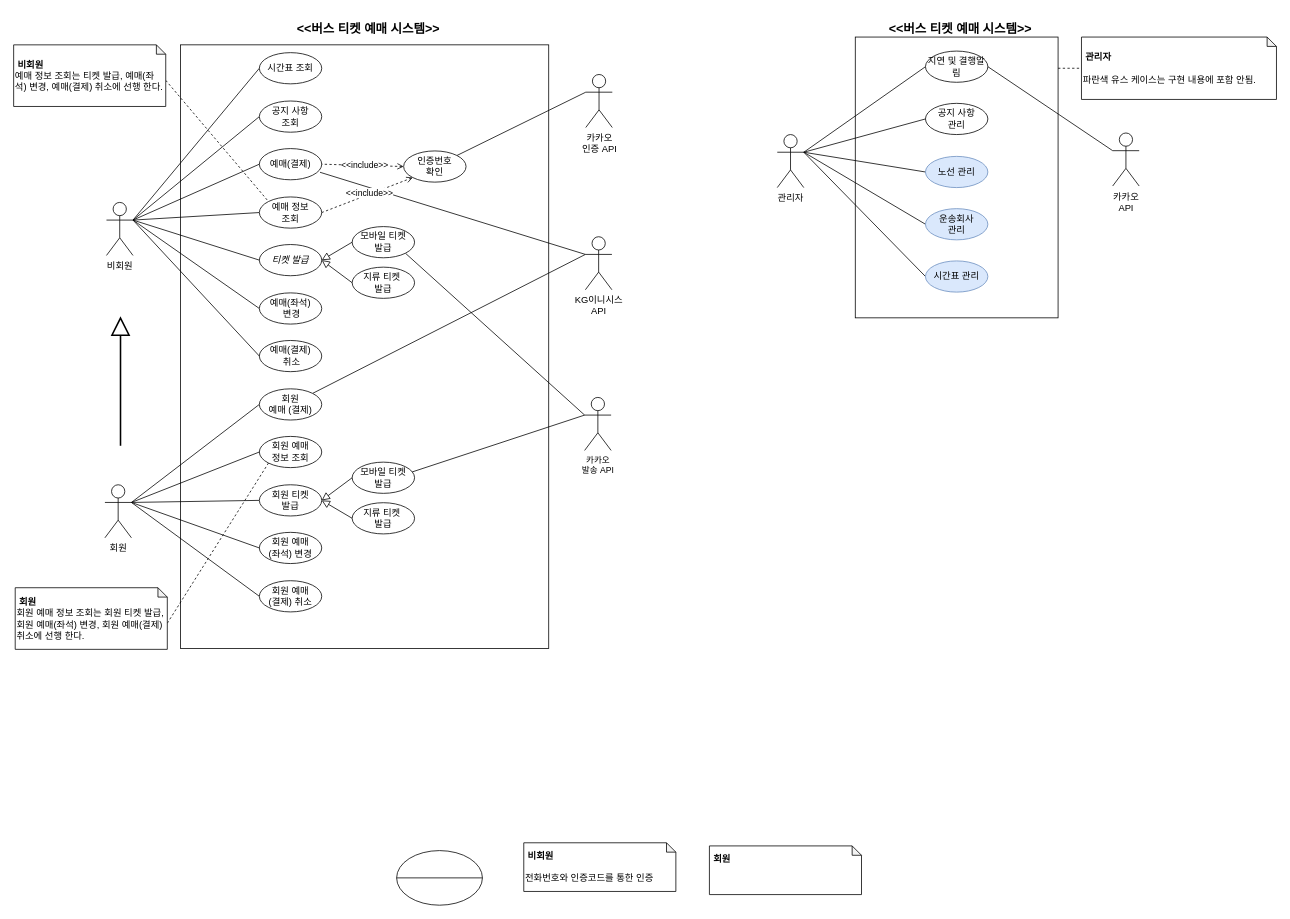
This is UseCase.drawio from SHIN-HANBEEN/MetanetFinal, a draw.io file, before an edit. Source tidied: cells renumbered, new cells numbered last; positions are measured from the earlier drawing's top-left corner, leaving out a move shared by most shapes. Both pictures are drawn from the tidied source at 78%, with x=0, y=0 at pixel (13, 13).
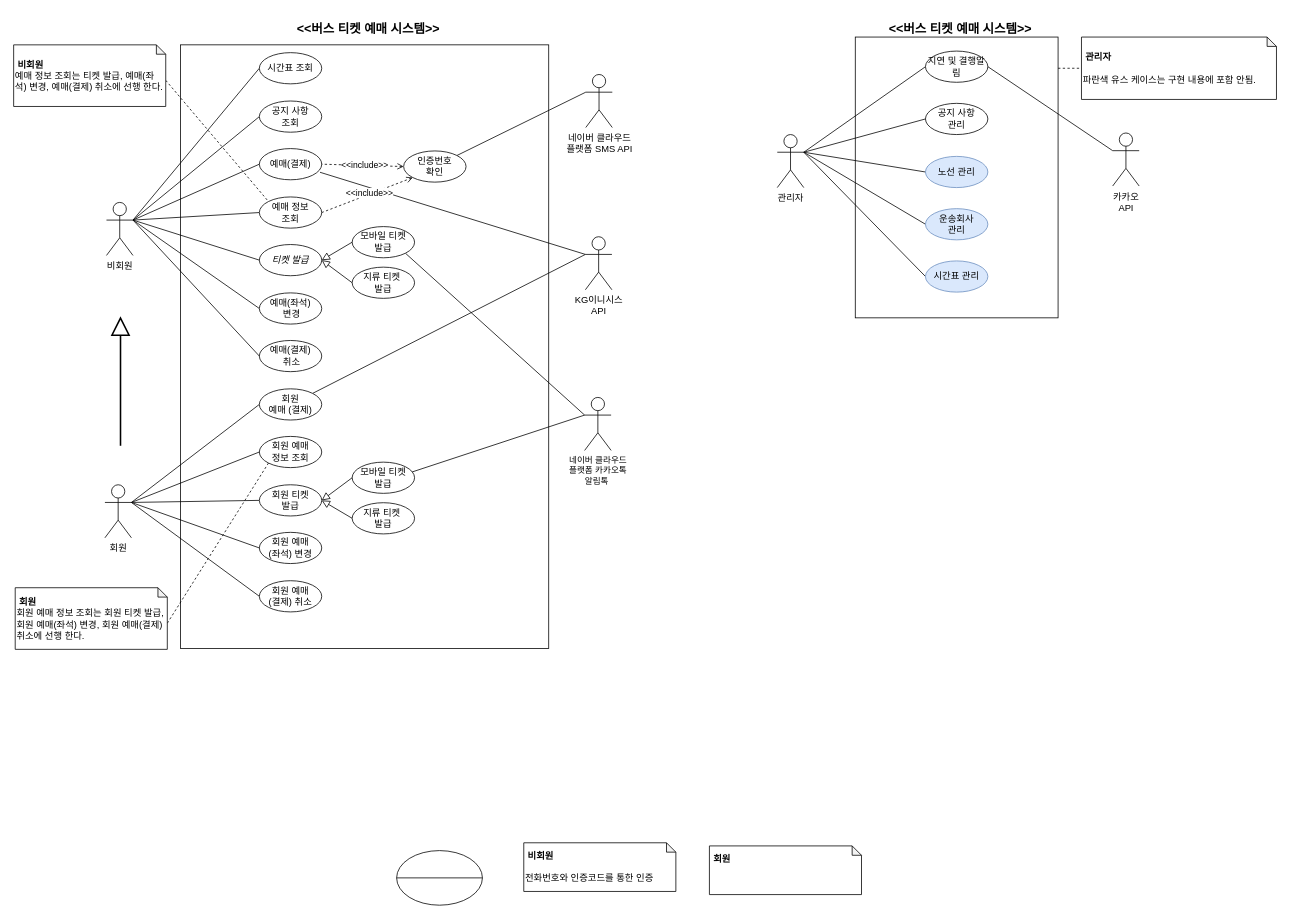
Above is the later version.

Diff of the diagram source:
```diff
@@
-    <mxCell id="47" value="&lt;span style=&quot;&quot;&gt;카카오&lt;br&gt;인증 API&lt;br&gt;&lt;/span&gt;" style="shape=umlActor;verticalLabelPosition=bottom;verticalAlign=top;html=1;outlineConnect=0;" parent="1" vertex="1">
+    <mxCell id="47" value="&lt;span style=&quot;&quot;&gt;네이버 클라우드&lt;br&gt;플랫폼 SMS API&lt;br&gt;&lt;/span&gt;" style="shape=umlActor;verticalLabelPosition=bottom;verticalAlign=top;html=1;outlineConnect=0;" parent="1" vertex="1">
       <mxGeometry x="733.5" y="78" width="34" height="68" as="geometry" />
     </mxCell>
@@
-    <mxCell id="60" value="&lt;span style=&quot;font-size: 11px;&quot;&gt;카카오&lt;br style=&quot;font-size: 11px;&quot;&gt;발송 API&lt;br style=&quot;font-size: 11px;&quot;&gt;&lt;/span&gt;" style="shape=umlActor;verticalLabelPosition=bottom;verticalAlign=top;html=1;outlineConnect=0;fontSize=11;" parent="1" vertex="1">
+    <mxCell id="60" value="&lt;span style=&quot;font-size: 11px;&quot;&gt;네이버 클라우드&lt;br&gt;플랫폼 카카오톡&lt;br&gt;알림톡&amp;nbsp;&lt;br style=&quot;font-size: 11px;&quot;&gt;&lt;/span&gt;" style="shape=umlActor;verticalLabelPosition=bottom;verticalAlign=top;html=1;outlineConnect=0;fontSize=11;" parent="1" vertex="1">
       <mxGeometry x="732" y="492" width="34" height="68" as="geometry" />
     </mxCell>
```
